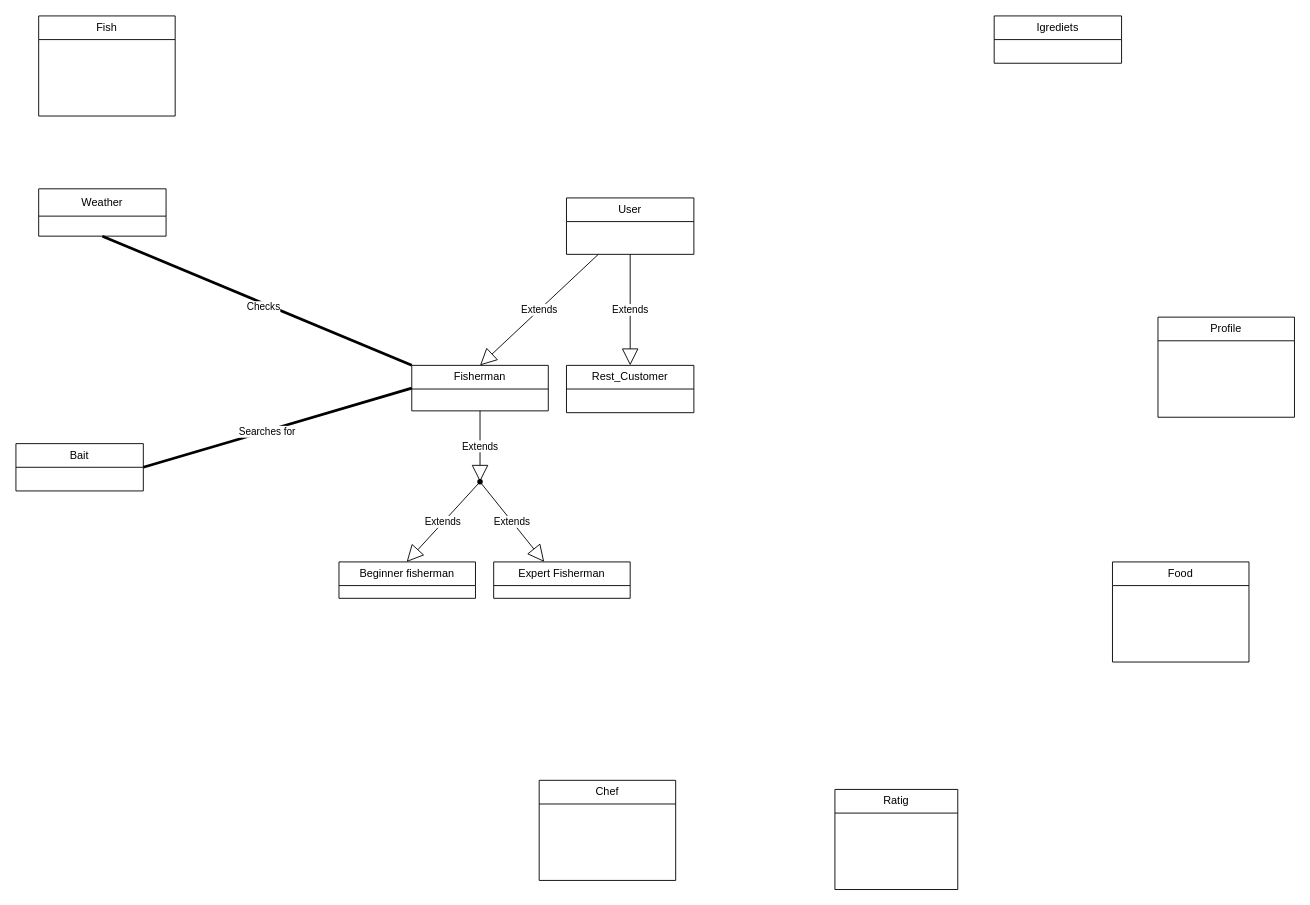
The draw.io diagram domain model - kostas.drawio in TMCEID/SoftEngFishApp, before the edit. Source tidied: cells renumbered, new cells numbered last; positions are measured from the earlier drawing's top-left corner, leaving out a move shared by most shapes. Both pictures are drawn from the tidied source at 91%, with x=0, y=0 at pixel (15, 15).
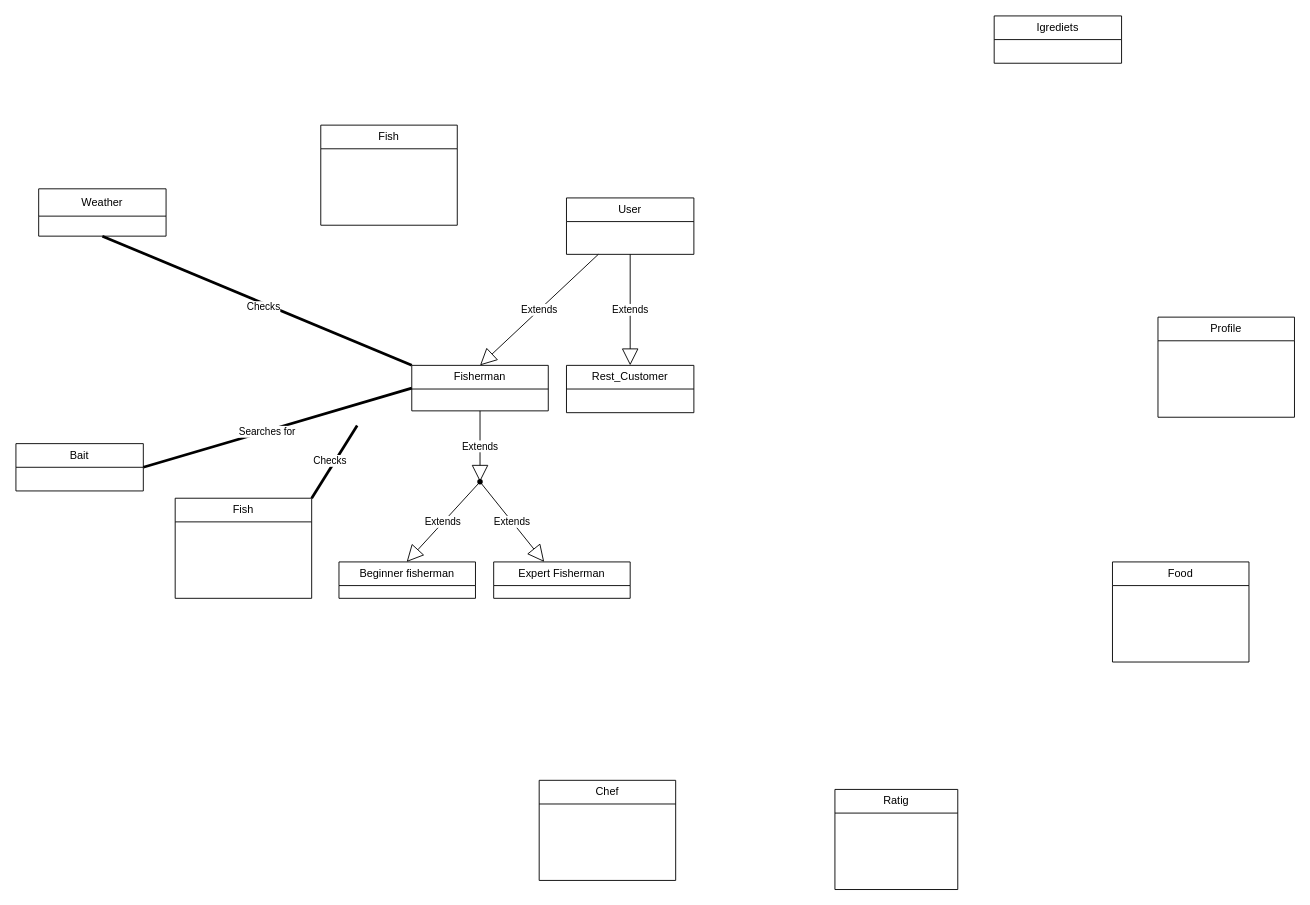
After the change.

What changed in the source:
```diff
@@
     <mxCell id="7" value="Fish" style="swimlane;fontStyle=0;horizontal=1;startSize=26;fillColor=none;whiteSpace=wrap;html=1;" parent="1" vertex="1">
-      <mxGeometry x="25" width="150" height="110" as="geometry" />
+      <mxGeometry x="335" y="120" width="150" height="110" as="geometry" />
     </mxCell>
@@
+    <mxCell id="25" style="endArrow=none;startArrow=none;endFill=0;startFill=0;endSize=8;html=1;verticalAlign=bottom;labelBackgroundColor=none;strokeWidth=3;rounded=0;entryX=1;entryY=0;entryDx=0;entryDy=0;exitX=0.5;exitY=1;exitDx=0;exitDy=0;" parent="1" edge="1" target="27">
+      <mxGeometry relative="1" as="geometry">
+        <mxPoint x="375" y="450" as="sourcePoint" />
+      </mxGeometry>
+    </mxCell>
+    <mxCell id="26" value="Checks" style="edgeLabel;html=1;align=center;verticalAlign=middle;" parent="25" vertex="1">
+      <mxGeometry x="0.05" y="-5" relative="1" as="geometry">
+        <mxPoint y="-1" as="offset" />
+      </mxGeometry>
+    </mxCell>
@@
+    <mxCell id="27" value="Fish" style="swimlane;fontStyle=0;horizontal=1;startSize=26;fillColor=none;whiteSpace=wrap;html=1;" parent="1" vertex="1">
+      <mxGeometry x="175" y="530" width="150" height="110" as="geometry" />
+    </mxCell>
```
